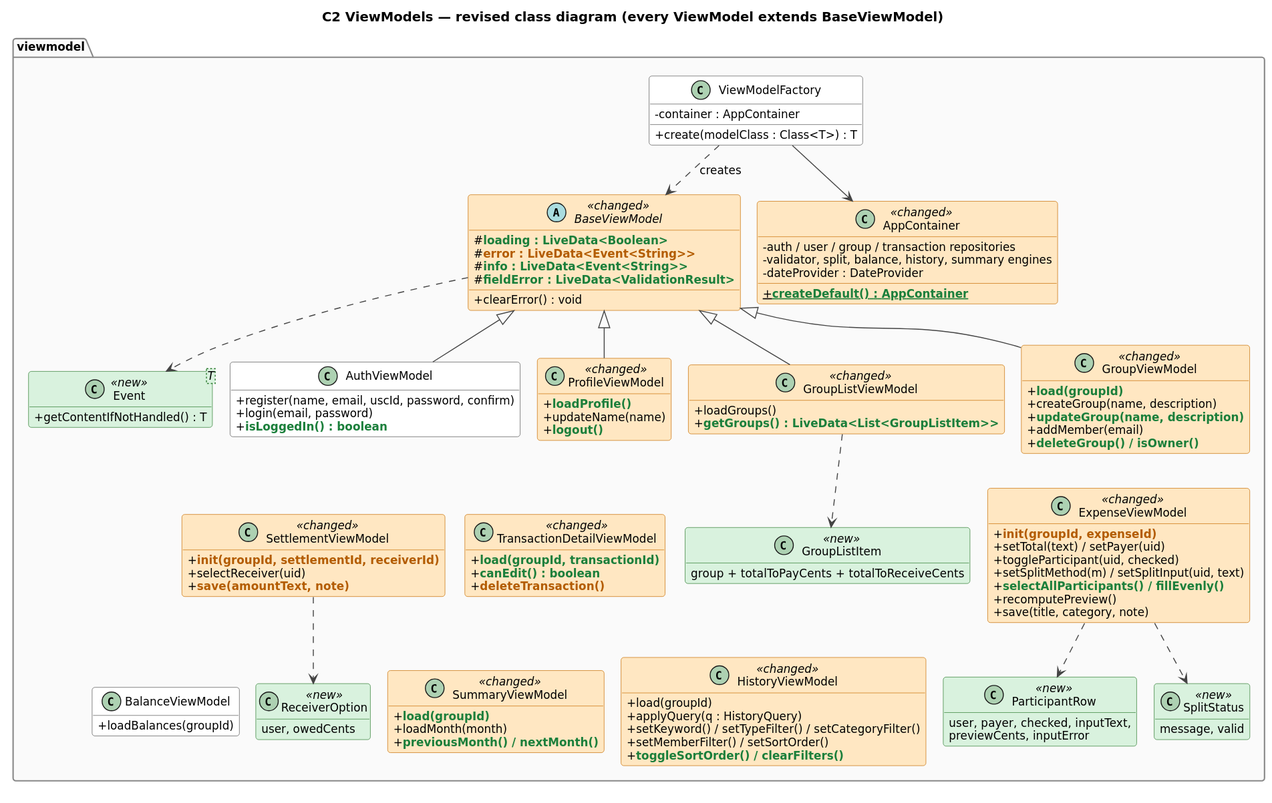
Earlier version of the PlantUML export docs/diagrams/class-c2.svg (AuxDevarapalli/CSCI310-Project).
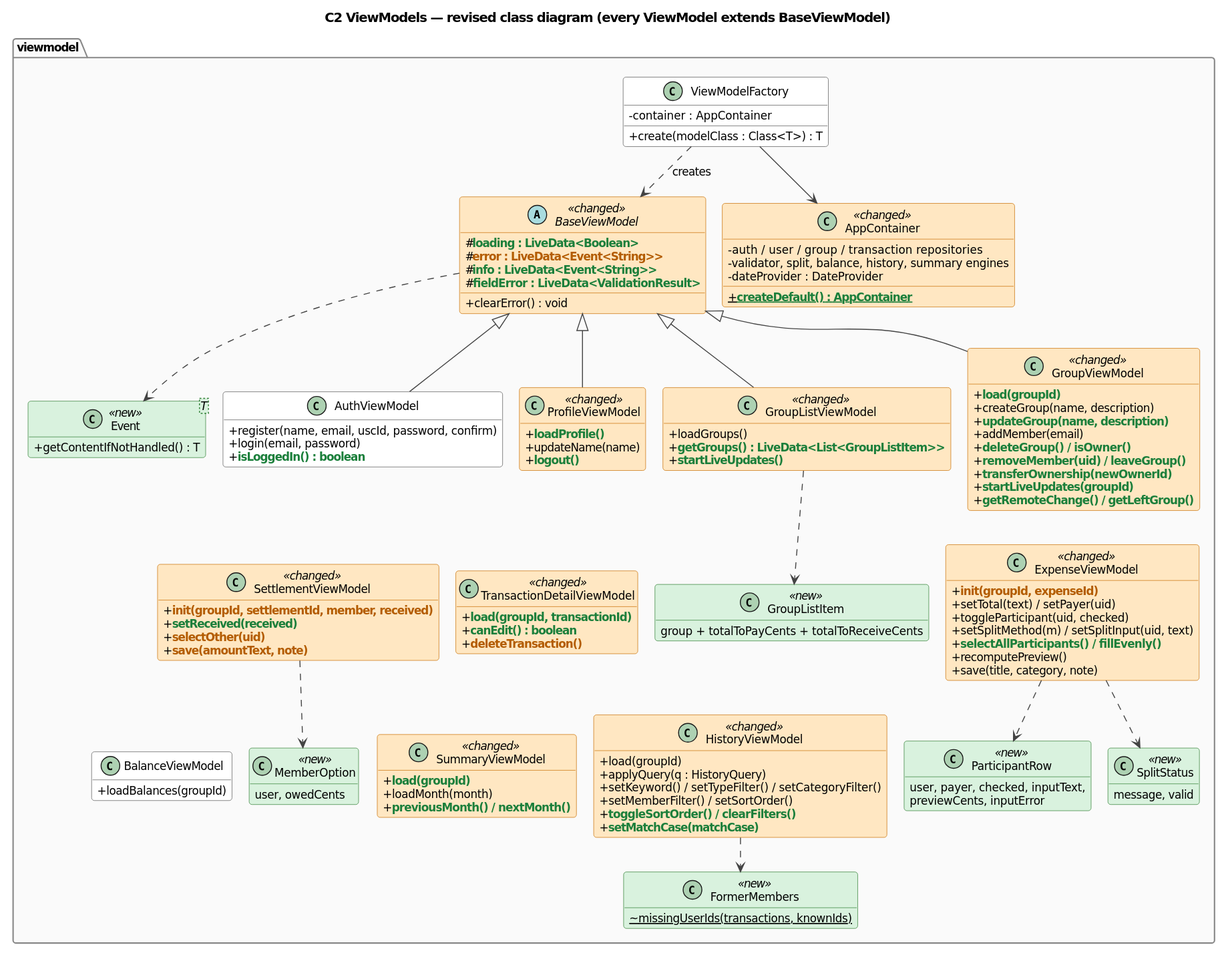
The same diagram one commit later.

What changed in the source:
```diff
@@ -40,6 +40,7 @@
   class GroupListViewModel <<changed>> {
     +loadGroups()
     +NEW(getGroups() : LiveData<List<GroupListItem>>)
+    +NEW(startLiveUpdates())
   }
   class GroupViewModel <<changed>> {
     +NEW(load(groupId))
@@ -47,6 +48,13 @@
     +NEW(updateGroup(name, description))
     +addMember(email)
     +NEW(deleteGroup() / isOwner())
+    +NEW(removeMember(uid) / leaveGroup())
+    +NEW(transferOwnership(newOwnerId))
+    +NEW(startLiveUpdates(groupId))
+    +NEW(getRemoteChange() / getLeftGroup())
+  }
+  class FormerMembers <<new>> {
+    ~{static} missingUserIds(transactions, knownIds)
   }
 
   class ExpenseViewModel <<changed>> {
@@ -59,8 +67,9 @@
     +save(title, category, note)
   }
   class SettlementViewModel <<changed>> {
-    +CHG(init(groupId, settlementId, receiverId))
-    +selectReceiver(uid)
+    +CHG(init(groupId, settlementId, member, received))
+    +NEW(setReceived(received))
+    +CHG(selectOther(uid))
     +CHG(save(amountText, note))
   }
   class TransactionDetailViewModel <<changed>> {
@@ -78,6 +87,7 @@
     +setKeyword() / setTypeFilter() / setCategoryFilter()
     +setMemberFilter() / setSortOrder()
     +NEW(toggleSortOrder() / clearFilters())
+    +NEW(setMatchCase(matchCase))
   }
   class SummaryViewModel <<changed>> {
     +NEW(load(groupId))
@@ -95,7 +105,7 @@
   class SplitStatus <<new>> {
     message, valid
   }
-  class ReceiverOption <<new>> {
+  class MemberOption <<new>> {
     user, owedCents
   }
 }
@@ -116,5 +126,6 @@
 GroupListViewModel ..> GroupListItem
 ExpenseViewModel ..> ParticipantRow
 ExpenseViewModel ..> SplitStatus
-SettlementViewModel ..> ReceiverOption
+SettlementViewModel ..> MemberOption
+HistoryViewModel ..> FormerMembers
 @enduml
```
